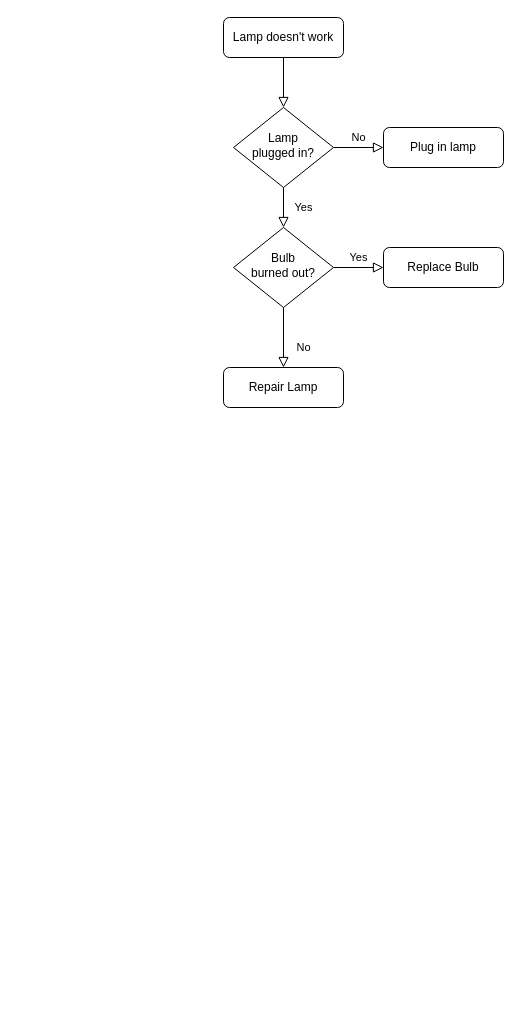
vodkaandthesprite/the-promised-neverland keeps this draw.io diagram as main_flowchart.drawio. Above is the earlier version. Source tidied: cells renumbered, new cells numbered last; positions are measured from the earlier drawing's top-left corner, leaving out a move shared by most shapes. Both pictures are drawn from the tidied source at 100%, with x=0, y=0 at pixel (223, 17).
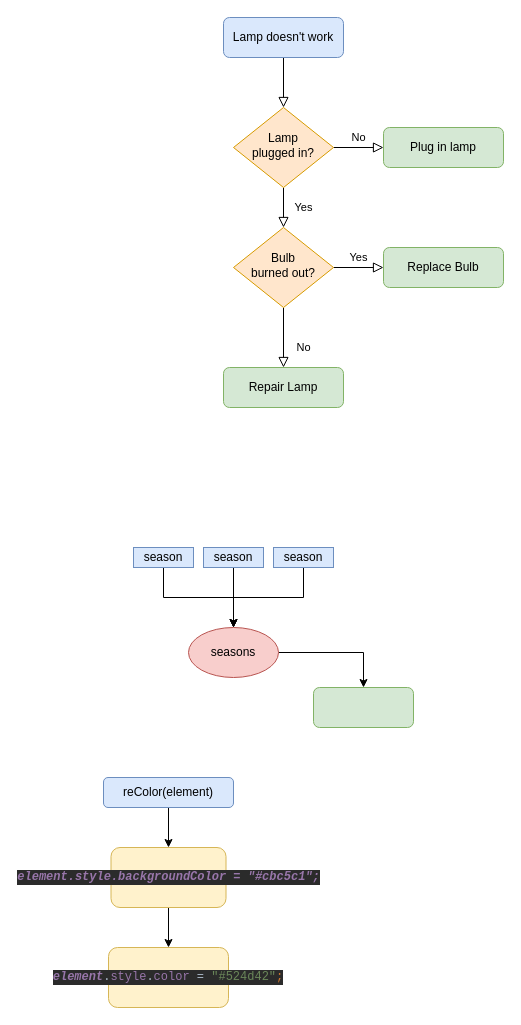
Above is the later version.

Change to the diagram source:
```diff
@@
-    <mxCell id="3" value="Lamp doesn't work" style="rounded=1;whiteSpace=wrap;html=1;fontSize=12;glass=0;strokeWidth=1;shadow=0;" parent="1" vertex="1">
+    <mxCell id="3" value="Lamp doesn't work" style="rounded=1;whiteSpace=wrap;html=1;fontSize=12;glass=0;strokeWidth=1;shadow=0;fillColor=#dae8fc;strokeColor=#6c8ebf;" parent="1" vertex="1">
       <mxGeometry width="120" height="40" as="geometry" />
     </mxCell>
@@
-    <mxCell id="6" value="Lamp&lt;br&gt;plugged in?" style="rhombus;whiteSpace=wrap;html=1;shadow=0;fontFamily=Helvetica;fontSize=12;align=center;strokeWidth=1;spacing=6;spacingTop=-4;" parent="1" vertex="1">
+    <mxCell id="6" value="Lamp&lt;br&gt;plugged in?" style="rhombus;whiteSpace=wrap;html=1;shadow=0;fontFamily=Helvetica;fontSize=12;align=center;strokeWidth=1;spacing=6;spacingTop=-4;fillColor=#ffe6cc;strokeColor=#d79b00;" parent="1" vertex="1">
       <mxGeometry x="10" y="90" width="100" height="80" as="geometry" />
     </mxCell>
-    <mxCell id="7" value="Plug in lamp" style="rounded=1;whiteSpace=wrap;html=1;fontSize=12;glass=0;strokeWidth=1;shadow=0;" parent="1" vertex="1">
+    <mxCell id="7" value="Plug in lamp" style="rounded=1;whiteSpace=wrap;html=1;fontSize=12;glass=0;strokeWidth=1;shadow=0;fillColor=#d5e8d4;strokeColor=#82b366;" parent="1" vertex="1">
       <mxGeometry x="160" y="110" width="120" height="40" as="geometry" />
     </mxCell>
@@
-    <mxCell id="10" value="Bulb&lt;br&gt;burned out?" style="rhombus;whiteSpace=wrap;html=1;shadow=0;fontFamily=Helvetica;fontSize=12;align=center;strokeWidth=1;spacing=6;spacingTop=-4;" parent="1" vertex="1">
+    <mxCell id="10" value="Bulb&lt;br&gt;burned out?" style="rhombus;whiteSpace=wrap;html=1;shadow=0;fontFamily=Helvetica;fontSize=12;align=center;strokeWidth=1;spacing=6;spacingTop=-4;fillColor=#ffe6cc;strokeColor=#d79b00;" parent="1" vertex="1">
       <mxGeometry x="10" y="210" width="100" height="80" as="geometry" />
     </mxCell>
-    <mxCell id="11" value="Repair Lamp" style="rounded=1;whiteSpace=wrap;html=1;fontSize=12;glass=0;strokeWidth=1;shadow=0;" parent="1" vertex="1">
+    <mxCell id="11" value="Repair Lamp" style="rounded=1;whiteSpace=wrap;html=1;fontSize=12;glass=0;strokeWidth=1;shadow=0;fillColor=#d5e8d4;strokeColor=#82b366;" parent="1" vertex="1">
       <mxGeometry y="350" width="120" height="40" as="geometry" />
     </mxCell>
-    <mxCell id="12" value="Replace Bulb" style="rounded=1;whiteSpace=wrap;html=1;fontSize=12;glass=0;strokeWidth=1;shadow=0;" parent="1" vertex="1">
+    <mxCell id="12" value="Replace Bulb" style="rounded=1;whiteSpace=wrap;html=1;fontSize=12;glass=0;strokeWidth=1;shadow=0;fillColor=#d5e8d4;strokeColor=#82b366;" parent="1" vertex="1">
       <mxGeometry x="160" y="230" width="120" height="40" as="geometry" />
     </mxCell>
+    <mxCell id="13" style="edgeStyle=orthogonalEdgeStyle;rounded=0;jettySize=auto;html=1;exitX=0.5;exitY=1;exitDx=0;exitDy=0;" parent="1" edge="1" source="14" target="20">
+      <mxGeometry relative="1" as="geometry" />
+    </mxCell>
+    <mxCell id="14" value="season" style="rounded=0;whiteSpace=wrap;html=1;fillColor=#dae8fc;strokeColor=#6c8ebf;" parent="1" vertex="1">
+      <mxGeometry x="-90" y="530" width="60" height="20" as="geometry" />
+    </mxCell>
+    <mxCell id="15" style="edgeStyle=orthogonalEdgeStyle;rounded=0;jettySize=auto;html=1;exitX=0.5;exitY=1;exitDx=0;exitDy=0;" parent="1" edge="1" source="16" target="20">
+      <mxGeometry relative="1" as="geometry" />
+    </mxCell>
+    <mxCell id="16" value="season" style="rounded=0;whiteSpace=wrap;html=1;fillColor=#dae8fc;strokeColor=#6c8ebf;" parent="1" vertex="1">
+      <mxGeometry x="-20" y="530" width="60" height="20" as="geometry" />
+    </mxCell>
+    <mxCell id="17" style="edgeStyle=orthogonalEdgeStyle;rounded=0;jettySize=auto;html=1;exitX=0.5;exitY=1;exitDx=0;exitDy=0;" parent="1" edge="1" source="18" target="20">
+      <mxGeometry relative="1" as="geometry" />
+    </mxCell>
+    <mxCell id="18" value="season" style="rounded=0;whiteSpace=wrap;html=1;fillColor=#dae8fc;strokeColor=#6c8ebf;" parent="1" vertex="1">
+      <mxGeometry x="50" y="530" width="60" height="20" as="geometry" />
+    </mxCell>
+    <mxCell id="19" style="edgeStyle=orthogonalEdgeStyle;rounded=0;jettySize=auto;html=1;" parent="1" edge="1" source="20" target="21">
+      <mxGeometry relative="1" as="geometry" />
+    </mxCell>
+    <mxCell id="20" value="seasons" style="ellipse;whiteSpace=wrap;html=1;fillColor=#f8cecc;strokeColor=#b85450;" parent="1" vertex="1">
+      <mxGeometry x="-35" y="610" width="90" height="50" as="geometry" />
+    </mxCell>
+    <mxCell id="21" style="rounded=1;whiteSpace=wrap;html=1;fillColor=#d5e8d4;strokeColor=#82b366;" parent="1" vertex="1">
+      <mxGeometry x="90" y="670" width="100" height="40" as="geometry" />
+    </mxCell>
+    <mxCell id="22" style="edgeStyle=orthogonalEdgeStyle;rounded=0;jettySize=auto;html=1;" parent="1" edge="1" source="23" target="25">
+      <mxGeometry relative="1" as="geometry" />
+    </mxCell>
+    <mxCell id="23" value="reColor(element)" style="rounded=1;whiteSpace=wrap;html=1;fillColor=#dae8fc;strokeColor=#6c8ebf;" parent="1" vertex="1">
+      <mxGeometry x="-120" y="760" width="130" height="30" as="geometry" />
+    </mxCell>
+    <mxCell id="24" style="edgeStyle=orthogonalEdgeStyle;rounded=0;jettySize=auto;html=1;" parent="1" edge="1" source="25" target="26">
+      <mxGeometry relative="1" as="geometry" />
+    </mxCell>
+    <mxCell id="25" value="&lt;pre style=&quot;background-color: rgb(43 , 43 , 43)&quot;&gt;&lt;font color=&quot;#9876aa&quot; face=&quot;jetbrains mono, monospace&quot;&gt;&lt;b&gt;&lt;i&gt;element.style.backgroundColor = &quot;#cbc5c1&quot;;&lt;/i&gt;&lt;/b&gt;&lt;/font&gt;&lt;font face=&quot;jetbrains mono, monospace&quot;&gt;&lt;br&gt;&lt;/font&gt;&lt;/pre&gt;" style="whiteSpace=wrap;html=1;rounded=1;strokeColor=#d6b656;fillColor=#fff2cc;" parent="1" vertex="1">
+      <mxGeometry x="-112.5" y="830" width="115" height="60" as="geometry" />
+    </mxCell>
+    <mxCell id="26" value="&lt;pre style=&quot;background-color: rgb(43 , 43 , 43) ; font-family: &amp;#34;jetbrains mono&amp;#34; , monospace&quot;&gt;&lt;font color=&quot;#9876aa&quot;&gt;&lt;b&gt;&lt;i&gt;element&lt;/i&gt;&lt;/b&gt;&lt;/font&gt;&lt;span style=&quot;color: rgb(169 , 183 , 198)&quot;&gt;.&lt;span style=&quot;color: #9876aa&quot;&gt;style&lt;/span&gt;.&lt;span style=&quot;color: #9876aa&quot;&gt;color &lt;/span&gt;= &lt;span style=&quot;color: #6a8759&quot;&gt;&quot;#524d42&quot;&lt;/span&gt;&lt;span style=&quot;color: #cc7832&quot;&gt;;&lt;/span&gt;&lt;/span&gt;&lt;/pre&gt;" style="whiteSpace=wrap;html=1;rounded=1;strokeColor=#d6b656;fillColor=#fff2cc;" parent="1" vertex="1">
+      <mxGeometry x="-115" y="930" width="120" height="60" as="geometry" />
+    </mxCell>
```
